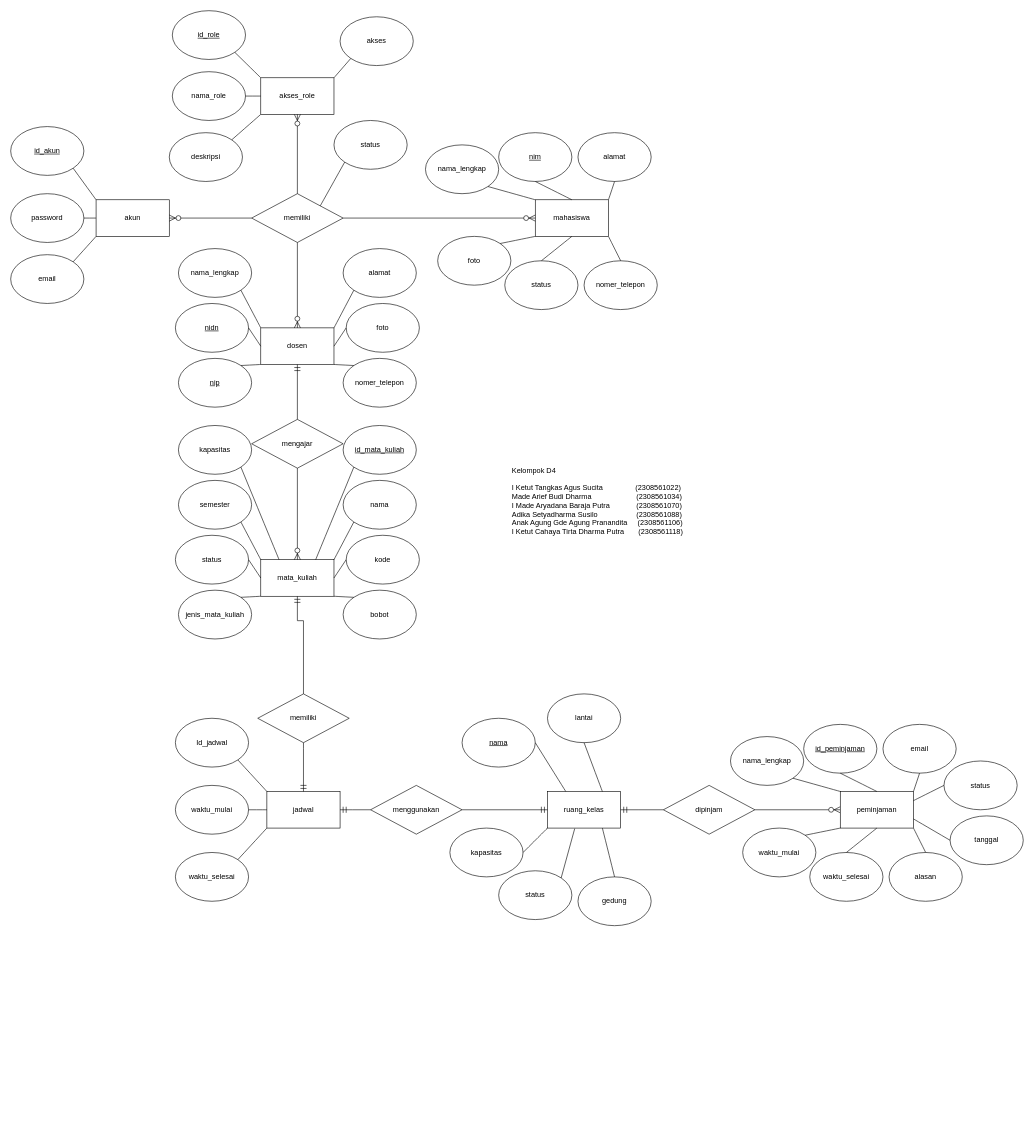
Before: Untitled Diagram.drawio in Cahayatirta/agama, a draw.io diagram. Source tidied: cells renumbered, new cells numbered last; positions are measured from the earlier drawing's top-left corner, leaving out a move shared by most shapes. Both pictures are drawn from the tidied source at 61%, with x=0, y=0 at pixel (10, 10).
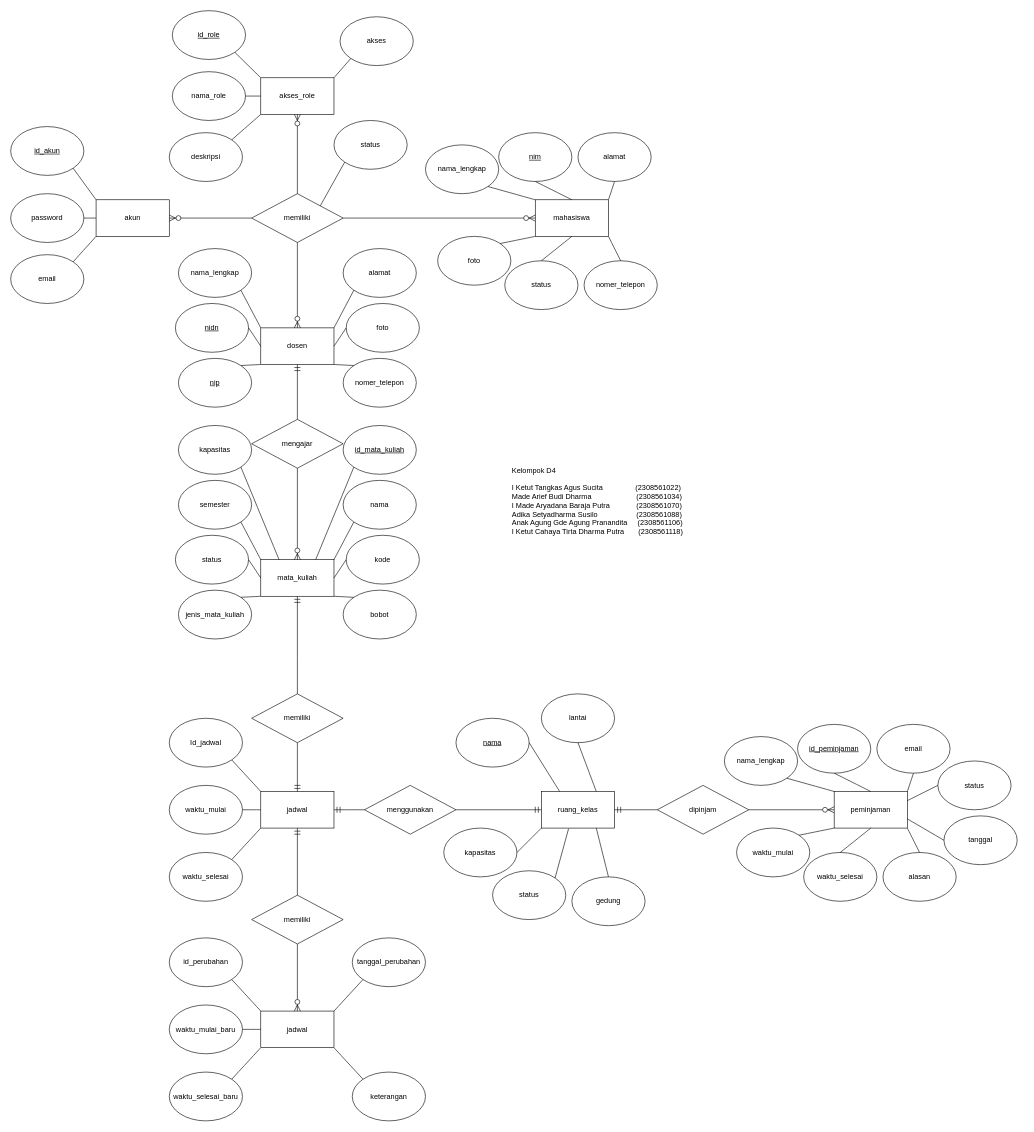
Above is the later version.

Unchanged cells that the change refers to:
```xml
<mxCell id="36" value="mata_kuliah" style="rounded=0;whiteSpace=wrap;html=1;" parent="1" vertex="1">
  <mxGeometry x="410" y="900" width="120" height="60" as="geometry" />
</mxCell>
```

The edit, as a diff of the source:
```diff
@@
     <mxCell id="56" value="ruang_kelas" style="rounded=0;whiteSpace=wrap;html=1;" parent="1" vertex="1">
-      <mxGeometry x="880" y="1280" width="120" height="60" as="geometry" />
+      <mxGeometry x="870" y="1280" width="120" height="60" as="geometry" />
     </mxCell>
     <mxCell id="57" value="gedung" style="ellipse;whiteSpace=wrap;html=1;" parent="1" vertex="1">
-      <mxGeometry x="930" y="1420" width="120" height="80" as="geometry" />
+      <mxGeometry x="920" y="1420" width="120" height="80" as="geometry" />
     </mxCell>
     <mxCell id="58" value="lantai" style="ellipse;whiteSpace=wrap;html=1;" parent="1" vertex="1">
-      <mxGeometry x="880" y="1120" width="120" height="80" as="geometry" />
+      <mxGeometry x="870" y="1120" width="120" height="80" as="geometry" />
     </mxCell>
@@
     <mxCell id="61" value="&lt;u&gt;nama&lt;/u&gt;" style="ellipse;whiteSpace=wrap;html=1;" parent="1" vertex="1">
-      <mxGeometry x="740" y="1160" width="120" height="80" as="geometry" />
+      <mxGeometry x="730" y="1160" width="120" height="80" as="geometry" />
     </mxCell>
@@
     <mxCell id="63" value="kapasitas" style="ellipse;whiteSpace=wrap;html=1;" parent="1" vertex="1">
-      <mxGeometry x="720" y="1340" width="120" height="80" as="geometry" />
+      <mxGeometry x="710" y="1340" width="120" height="80" as="geometry" />
     </mxCell>
     <mxCell id="64" value="status" style="ellipse;whiteSpace=wrap;html=1;" parent="1" vertex="1">
-      <mxGeometry x="800" y="1410" width="120" height="80" as="geometry" />
+      <mxGeometry x="790" y="1410" width="120" height="80" as="geometry" />
     </mxCell>
@@
     <mxCell id="67" value="jadwal" style="rounded=0;whiteSpace=wrap;html=1;" parent="1" vertex="1">
-      <mxGeometry x="420" y="1280" width="120" height="60" as="geometry" />
+      <mxGeometry x="410" y="1280" width="120" height="60" as="geometry" />
     </mxCell>
     <mxCell id="68" value="waktu_mulai" style="ellipse;whiteSpace=wrap;html=1;" parent="1" vertex="1">
-      <mxGeometry x="270" y="1270" width="120" height="80" as="geometry" />
+      <mxGeometry x="260" y="1270" width="120" height="80" as="geometry" />
     </mxCell>
@@
     <mxCell id="70" value="Id_jadwal" style="ellipse;whiteSpace=wrap;html=1;" parent="1" vertex="1">
-      <mxGeometry x="270" y="1160" width="120" height="80" as="geometry" />
+      <mxGeometry x="260" y="1160" width="120" height="80" as="geometry" />
     </mxCell>
@@
     <mxCell id="72" value="waktu_selesai" style="ellipse;whiteSpace=wrap;html=1;" parent="1" vertex="1">
-      <mxGeometry x="270" y="1380" width="120" height="80" as="geometry" />
+      <mxGeometry x="260" y="1380" width="120" height="80" as="geometry" />
     </mxCell>
@@
     <mxCell id="74" value="memiliki" style="rhombus;whiteSpace=wrap;html=1;" parent="1" vertex="1">
-      <mxGeometry x="405" y="1120" width="150" height="80" as="geometry" />
+      <mxGeometry x="395" y="1120" width="150" height="80" as="geometry" />
     </mxCell>
     <mxCell id="75" style="fontSize=12;html=1;endArrow=ERmandOne;rounded=0;startSize=8;endSize=8;entryX=0.5;entryY=1;entryDx=0;entryDy=0;exitX=0.5;exitY=0;exitDx=0;exitDy=0;edgeStyle=orthogonalEdgeStyle;" parent="1" edge="1" source="74" target="36">
       <mxGeometry relative="1" as="geometry">
         <Array as="points">
-          <mxPoint x="480" y="1000" />
-          <mxPoint x="470" y="1000" />
+          <mxPoint x="470" y="1060" />
+          <mxPoint x="470" y="1060" />
         </Array>
       </mxGeometry>
     </mxCell>
     <mxCell id="76" style="fontSize=12;html=1;endArrow=ERmandOne;rounded=0;startSize=8;endSize=8;entryX=0.5;entryY=0;entryDx=0;entryDy=0;edgeStyle=orthogonalEdgeStyle;" parent="1" edge="1" target="67">
       <mxGeometry relative="1" as="geometry">
-        <mxPoint x="480" y="1200" as="sourcePoint" />
+        <mxPoint x="470" y="1200" as="sourcePoint" />
         <Array as="points">
-          <mxPoint x="480" y="1210" />
-          <mxPoint x="480" y="1210" />
+          <mxPoint x="470" y="1210" />
+          <mxPoint x="470" y="1210" />
         </Array>
       </mxGeometry>
     </mxCell>
     <mxCell id="77" value="menggunakan" style="rhombus;whiteSpace=wrap;html=1;" parent="1" vertex="1">
-      <mxGeometry x="590" y="1270" width="150" height="80" as="geometry" />
+      <mxGeometry x="580" y="1270" width="150" height="80" as="geometry" />
     </mxCell>
     <mxCell id="78" style="fontSize=12;html=1;endArrow=ERmandOne;rounded=0;startSize=8;endSize=8;edgeStyle=orthogonalEdgeStyle;exitX=0;exitY=0.5;exitDx=0;exitDy=0;entryX=1;entryY=0.5;entryDx=0;entryDy=0;" parent="1" edge="1" source="77" target="67">
       <mxGeometry relative="1" as="geometry">
         <Array as="points">
-          <mxPoint x="560" y="1310" />
-          <mxPoint x="560" y="1310" />
+          <mxPoint x="550" y="1310" />
+          <mxPoint x="550" y="1310" />
         </Array>
       </mxGeometry>
     </mxCell>
     <mxCell id="79" style="fontSize=12;html=1;endArrow=ERmandOne;rounded=0;startSize=8;endSize=8;edgeStyle=orthogonalEdgeStyle;entryX=0;entryY=0.5;entryDx=0;entryDy=0;" parent="1" edge="1" target="56">
       <mxGeometry relative="1" as="geometry">
-        <mxPoint x="740" y="1310" as="sourcePoint" />
+        <mxPoint x="730" y="1310" as="sourcePoint" />
         <Array as="points">
-          <mxPoint x="740" y="1310" />
+          <mxPoint x="730" y="1310" />
         </Array>
       </mxGeometry>
     </mxCell>
     <mxCell id="80" value="dipinjam" style="rhombus;whiteSpace=wrap;html=1;" parent="1" vertex="1">
-      <mxGeometry x="1070" y="1270" width="150" height="80" as="geometry" />
+      <mxGeometry x="1060" y="1270" width="150" height="80" as="geometry" />
     </mxCell>
@@
     <mxCell id="82" value="peminjaman" style="rounded=0;whiteSpace=wrap;html=1;" parent="1" vertex="1">
-      <mxGeometry x="1360" y="1280" width="120" height="60" as="geometry" />
+      <mxGeometry x="1350" y="1280" width="120" height="60" as="geometry" />
     </mxCell>
     <mxCell id="83" value="&lt;u&gt;id_peminjaman&lt;/u&gt;" style="ellipse;whiteSpace=wrap;html=1;" parent="1" vertex="1">
-      <mxGeometry x="1300" y="1170" width="120" height="80" as="geometry" />
+      <mxGeometry x="1290" y="1170" width="120" height="80" as="geometry" />
     </mxCell>
@@
     <mxCell id="85" value="nama_lengkap" style="ellipse;whiteSpace=wrap;html=1;" parent="1" vertex="1">
-      <mxGeometry x="1180" y="1190" width="120" height="80" as="geometry" />
+      <mxGeometry x="1170" y="1190" width="120" height="80" as="geometry" />
     </mxCell>
     <mxCell id="86" value="email" style="ellipse;whiteSpace=wrap;html=1;" parent="1" vertex="1">
-      <mxGeometry x="1430" y="1170" width="120" height="80" as="geometry" />
+      <mxGeometry x="1420" y="1170" width="120" height="80" as="geometry" />
     </mxCell>
     <mxCell id="87" value="alasan" style="ellipse;whiteSpace=wrap;html=1;" parent="1" vertex="1">
-      <mxGeometry x="1440" y="1380" width="120" height="80" as="geometry" />
+      <mxGeometry x="1430" y="1380" width="120" height="80" as="geometry" />
     </mxCell>
     <mxCell id="88" value="waktu_selesai" style="ellipse;whiteSpace=wrap;html=1;" parent="1" vertex="1">
-      <mxGeometry x="1310" y="1380" width="120" height="80" as="geometry" />
+      <mxGeometry x="1300" y="1380" width="120" height="80" as="geometry" />
     </mxCell>
@@
     <mxCell id="93" value="waktu_mulai" style="ellipse;whiteSpace=wrap;html=1;" parent="1" vertex="1">
-      <mxGeometry x="1200" y="1340" width="120" height="80" as="geometry" />
+      <mxGeometry x="1190" y="1340" width="120" height="80" as="geometry" />
     </mxCell>
@@
     <mxCell id="95" value="tanggal" style="ellipse;whiteSpace=wrap;html=1;" parent="1" vertex="1">
-      <mxGeometry x="1540" y="1320" width="120" height="80" as="geometry" />
+      <mxGeometry x="1530" y="1320" width="120" height="80" as="geometry" />
     </mxCell>
     <mxCell id="96" value="status" style="ellipse;whiteSpace=wrap;html=1;" parent="1" vertex="1">
-      <mxGeometry x="1530" y="1230" width="120" height="80" as="geometry" />
+      <mxGeometry x="1520" y="1230" width="120" height="80" as="geometry" />
     </mxCell>
@@
     <mxCell id="99" style="fontSize=12;html=1;endArrow=ERmandOne;rounded=0;startSize=8;endSize=8;edgeStyle=orthogonalEdgeStyle;entryX=1;entryY=0.5;entryDx=0;entryDy=0;exitX=0;exitY=0.5;exitDx=0;exitDy=0;" parent="1" edge="1" source="80" target="56">
       <mxGeometry relative="1" as="geometry">
         <Array as="points">
-          <mxPoint x="1030" y="1310" />
-          <mxPoint x="1030" y="1310" />
+          <mxPoint x="1020" y="1310" />
+          <mxPoint x="1020" y="1310" />
         </Array>
       </mxGeometry>
     </mxCell>
@@
+    <mxCell id="116" value="jadwal" style="rounded=0;whiteSpace=wrap;html=1;" parent="1" vertex="1">
+      <mxGeometry x="410" y="1640" width="120" height="60" as="geometry" />
+    </mxCell>
+    <mxCell id="117" value="waktu_mulai_baru" style="ellipse;whiteSpace=wrap;html=1;" parent="1" vertex="1">
+      <mxGeometry x="260" y="1630" width="120" height="80" as="geometry" />
+    </mxCell>
+    <mxCell id="118" style="endArrow=none;html=1;rounded=0;fontSize=12;startSize=8;endSize=8;curved=1;entryX=1;entryY=0.5;entryDx=0;entryDy=0;exitX=0;exitY=0.5;exitDx=0;exitDy=0;" parent="1" edge="1" source="116" target="117">
+      <mxGeometry relative="1" as="geometry" />
+    </mxCell>
+    <mxCell id="119" value="id_perubahan" style="ellipse;whiteSpace=wrap;html=1;" parent="1" vertex="1">
+      <mxGeometry x="260" y="1520" width="120" height="80" as="geometry" />
+    </mxCell>
+    <mxCell id="120" style="endArrow=none;html=1;rounded=0;fontSize=12;startSize=8;endSize=8;curved=1;entryX=1;entryY=1;entryDx=0;entryDy=0;exitX=0;exitY=0;exitDx=0;exitDy=0;" parent="1" edge="1" source="116" target="119">
+      <mxGeometry relative="1" as="geometry" />
+    </mxCell>
+    <mxCell id="121" value="waktu_selesai_baru" style="ellipse;whiteSpace=wrap;html=1;" parent="1" vertex="1">
+      <mxGeometry x="260" y="1740" width="120" height="80" as="geometry" />
+    </mxCell>
+    <mxCell id="122" style="endArrow=none;html=1;rounded=0;fontSize=12;startSize=8;endSize=8;curved=1;entryX=1;entryY=0;entryDx=0;entryDy=0;exitX=0;exitY=1;exitDx=0;exitDy=0;" parent="1" edge="1" source="116" target="121">
+      <mxGeometry relative="1" as="geometry" />
+    </mxCell>
+    <mxCell id="123" value="memiliki" style="rhombus;whiteSpace=wrap;html=1;" parent="1" vertex="1">
+      <mxGeometry x="395" y="1450" width="150" height="80" as="geometry" />
+    </mxCell>
+    <mxCell id="124" style="fontSize=12;html=1;endArrow=ERmandOne;rounded=0;startSize=8;endSize=8;entryX=0.5;entryY=1;entryDx=0;entryDy=0;edgeStyle=orthogonalEdgeStyle;exitX=0.5;exitY=0;exitDx=0;exitDy=0;" parent="1" edge="1" source="123" target="67">
+      <mxGeometry relative="1" as="geometry" />
+    </mxCell>
+    <mxCell id="125" style="fontSize=12;html=1;endArrow=ERzeroToMany;endFill=1;rounded=0;startSize=8;endSize=8;entryX=0.5;entryY=0;entryDx=0;entryDy=0;exitX=0.5;exitY=1;exitDx=0;exitDy=0;" parent="1" edge="1" source="123" target="116">
+      <mxGeometry relative="1" as="geometry" />
+    </mxCell>
+    <mxCell id="126" value="tanggal_perubahan" style="ellipse;whiteSpace=wrap;html=1;" parent="1" vertex="1">
+      <mxGeometry x="560" y="1520" width="120" height="80" as="geometry" />
+    </mxCell>
+    <mxCell id="127" value="keterangan" style="ellipse;whiteSpace=wrap;html=1;" parent="1" vertex="1">
+      <mxGeometry x="560" y="1740" width="120" height="80" as="geometry" />
+    </mxCell>
+    <mxCell id="128" style="endArrow=none;html=1;rounded=0;fontSize=12;startSize=8;endSize=8;curved=1;entryX=0;entryY=1;entryDx=0;entryDy=0;exitX=1;exitY=0;exitDx=0;exitDy=0;" parent="1" edge="1" source="116" target="126">
+      <mxGeometry relative="1" as="geometry" />
+    </mxCell>
+    <mxCell id="129" style="endArrow=none;html=1;rounded=0;fontSize=12;startSize=8;endSize=8;curved=1;entryX=0;entryY=0;entryDx=0;entryDy=0;exitX=1;exitY=1;exitDx=0;exitDy=0;" parent="1" edge="1" source="116" target="127">
+      <mxGeometry relative="1" as="geometry" />
+    </mxCell>
```
